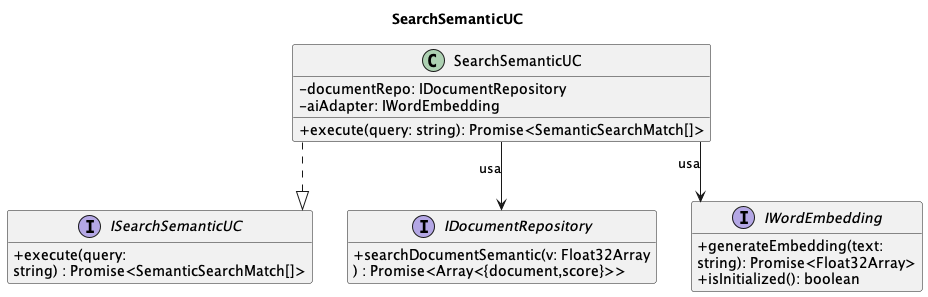
Before: out/3_PB/DocumentiEsterni/DiagrammiSpecificaTecnica/C4/C4_backend_Search/C4_backend_Search-4.png, a diagram exported from PlantUML (7-ZPUs/Docs).
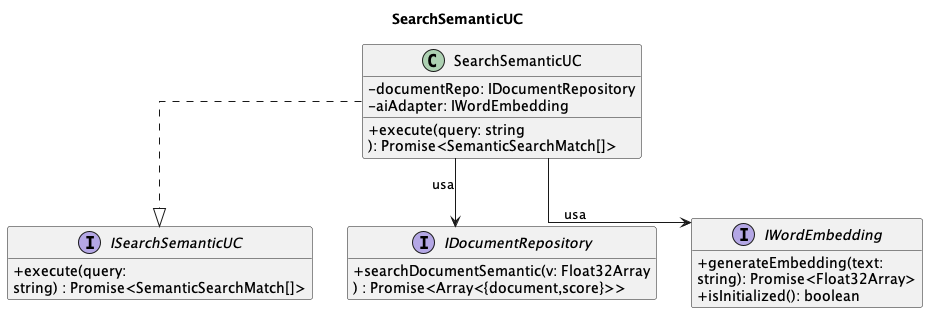
The same file after the commit.

Commit message:
Corretti diagrammi search

What changed in the source:
```diff
@@ -12,7 +12,8 @@
 class SearchSemanticUC {
     - documentRepo: IDocumentRepository
     - aiAdapter: IWordEmbedding
-    + execute(query: string): Promise<SemanticSearchMatch[]>
+    + execute(query: string
+    ): Promise<SemanticSearchMatch[]>
 }
 interface IDocumentRepository {
     + searchDocumentSemantic(v: Float32Array
```
